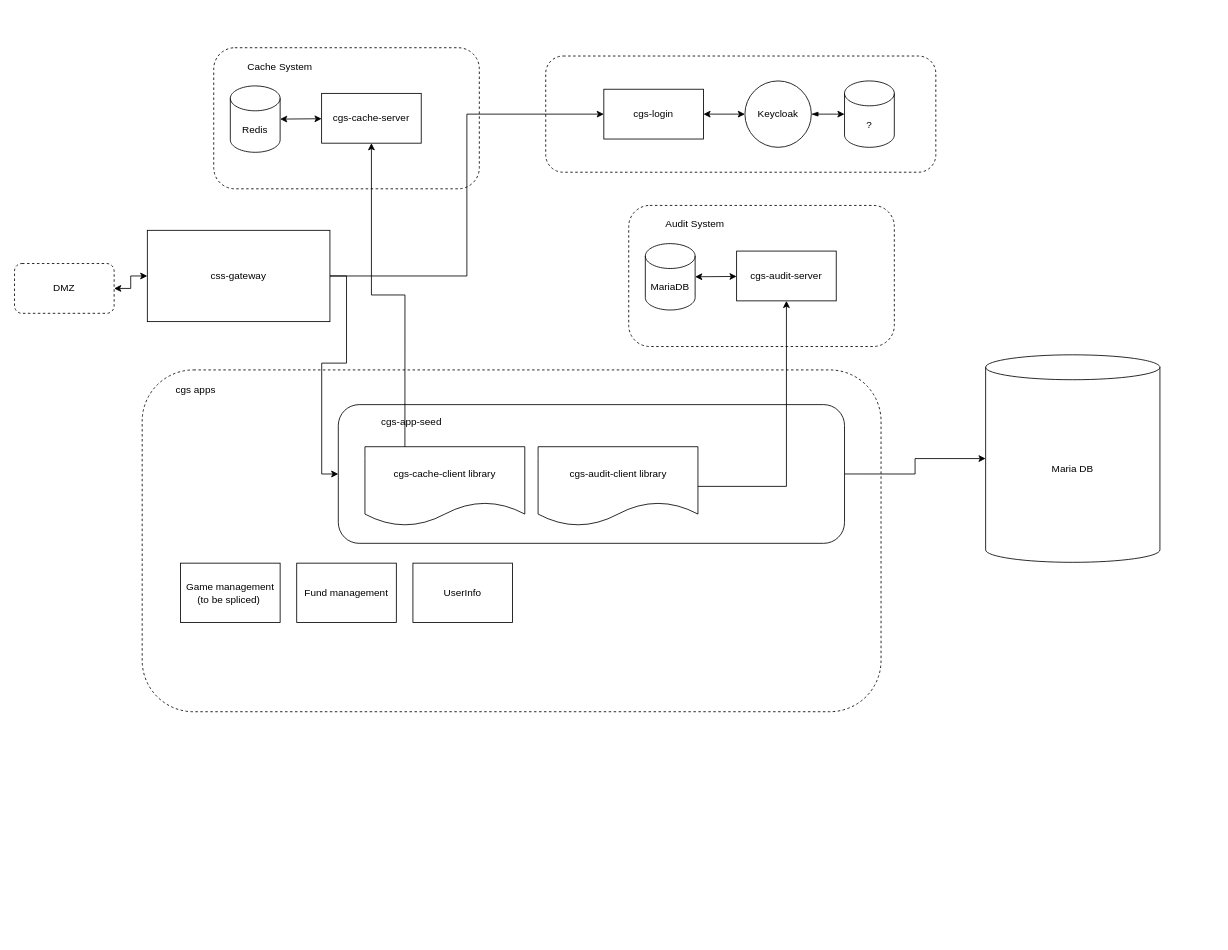
rares-ttg/docs keeps this draw.io diagram as Architecture/Global Overview.drawio. Above is the earlier version. Source tidied: cells renumbered, new cells numbered last; positions are measured from the earlier drawing's top-left corner, leaving out a move shared by most shapes. Both pictures are drawn from the tidied source at 83%, with x=0, y=0 at pixel (14, 47).
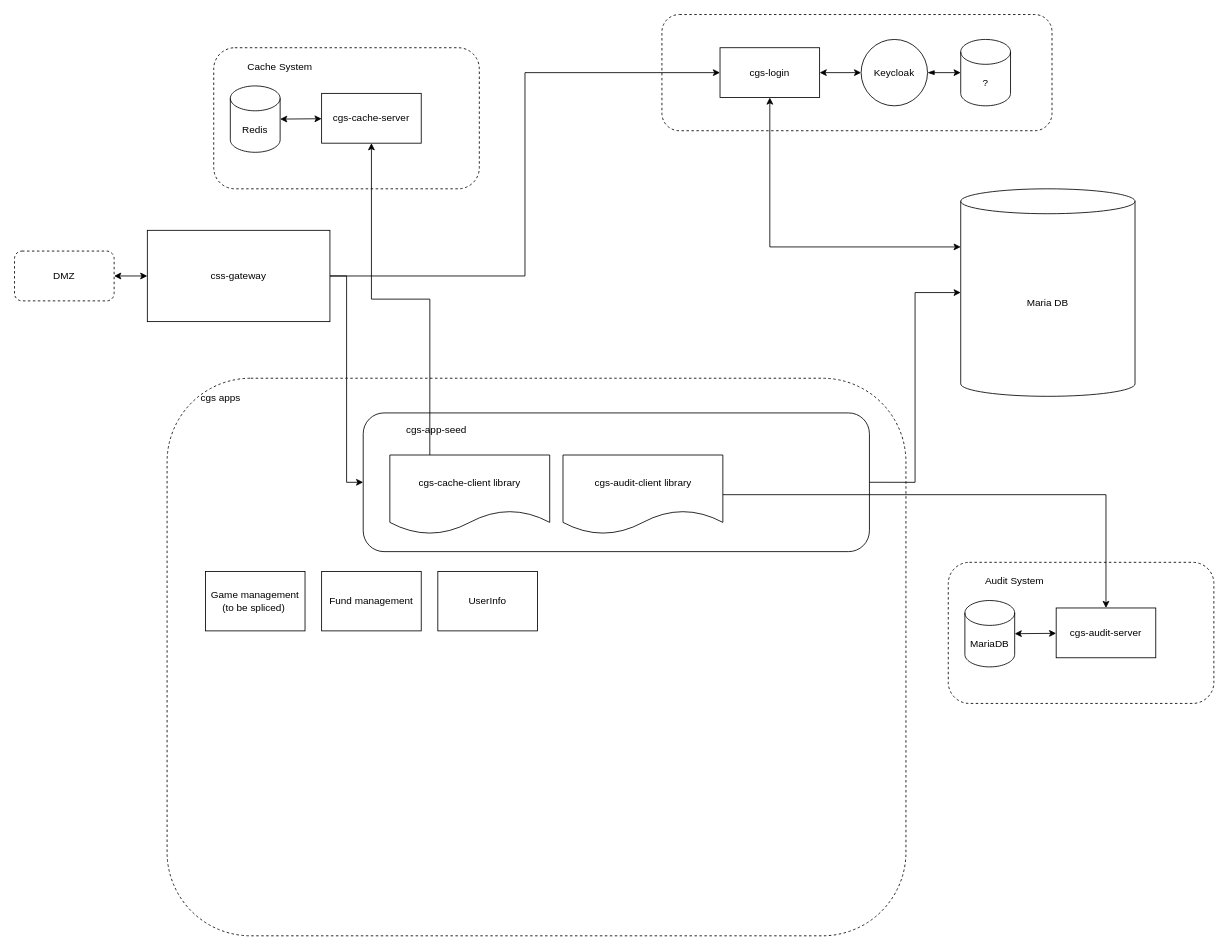
The same page after the edit.

Unchanged cells that the change refers to:
```xml
<mxCell id="32" value="cgs-login" style="rounded=0;whiteSpace=wrap;html=1;" parent="28" vertex="1">
  <mxGeometry x="70" y="40" width="120" height="60" as="geometry" />
</mxCell>
```

The edit, as a diff of the source:
```diff
@@
     <mxCell id="9" style="group;" parent="1" vertex="1">
-      <mxGeometry x="740" y="190" width="320" height="170" as="geometry" />
+      <mxGeometry x="1125" y="620" width="320" height="170" as="geometry" />
     </mxCell>
@@
     <mxCell id="15" style="group;" parent="1" vertex="1">
-      <mxGeometry x="170" y="430" width="874" height="370" as="geometry" />
+      <mxGeometry x="200" y="440" width="874" height="630" as="geometry" />
     </mxCell>
     <mxCell id="16" style="rounded=1;whiteSpace=wrap;html=1;dashed=1;" parent="15" vertex="1">
-      <mxGeometry x="-16.2" y="-41.8" width="890.2" height="411.8" as="geometry" />
+      <mxGeometry x="-16.2" y="-41.8" width="890.2" height="671.8" as="geometry" />
     </mxCell>
@@
     <mxCell id="28" style="group;" parent="1" vertex="1">
-      <mxGeometry x="640" y="10" width="470" height="140" as="geometry" />
+      <mxGeometry x="780" y="-40" width="470" height="140" as="geometry" />
     </mxCell>
@@
     <mxCell id="39" value="DMZ" style="rounded=1;whiteSpace=wrap;html=1;dashed=1;" parent="1" vertex="1">
-      <mxGeometry y="260" width="120" height="60" as="geometry" />
+      <mxGeometry y="245" width="120" height="60" as="geometry" />
     </mxCell>
@@
     <mxCell id="41" value="Maria DB" style="shape=cylinder3;whiteSpace=wrap;html=1;boundedLbl=1;backgroundOutline=1;size=15;" parent="1" vertex="1">
-      <mxGeometry x="1170" y="370" width="210" height="250" as="geometry" />
+      <mxGeometry x="1140" y="170" width="210" height="250" as="geometry" />
     </mxCell>
+    <mxCell id="42" style="edgeStyle=orthogonalEdgeStyle;rounded=0;jettySize=auto;html=1;exitX=0.5;exitY=1;exitDx=0;exitDy=0;entryX=0;entryY=0;entryDx=0;entryDy=70;entryPerimeter=0;startArrow=classic;startFill=1;" parent="1" edge="1" source="32" target="41">
+      <mxGeometry relative="1" as="geometry" />
+    </mxCell>
```
